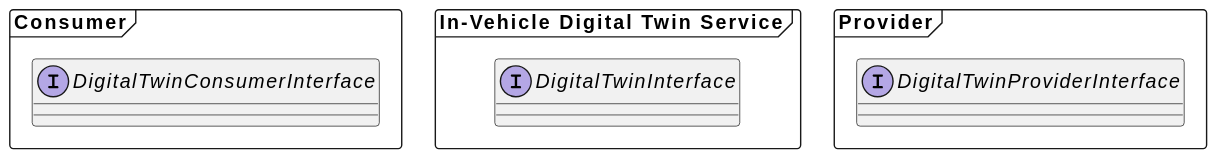
This is docs/design/diagrams/ibeji_component.svg from eclipse-ibeji/ibeji, a PlantUML export, as it was before one commit.
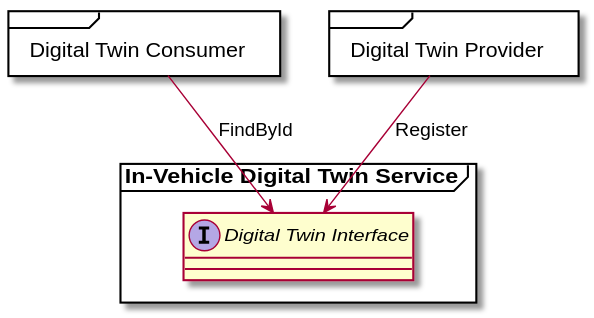
Above is the later version.

Change to the diagram source:
```diff
@@ -1,13 +1,17 @@
 @startuml
-frame "Consumer" {
-  interface DigitalTwinConsumerInterface
+
+frame "Digital Twin Consumer" {
 }
 
 frame "In-Vehicle Digital Twin Service" {
-  interface DigitalTwinInterface
+  interface "Digital Twin Interface"
 }
 
-frame "Provider" {
-  interface DigitalTwinProviderInterface
+frame "Digital Twin Provider" {
 }
+
+"Digital Twin Provider" --> "Digital Twin Interface" : Register
+
+"Digital Twin Consumer" --> "Digital Twin Interface" : FindById
+
 @enduml
```
